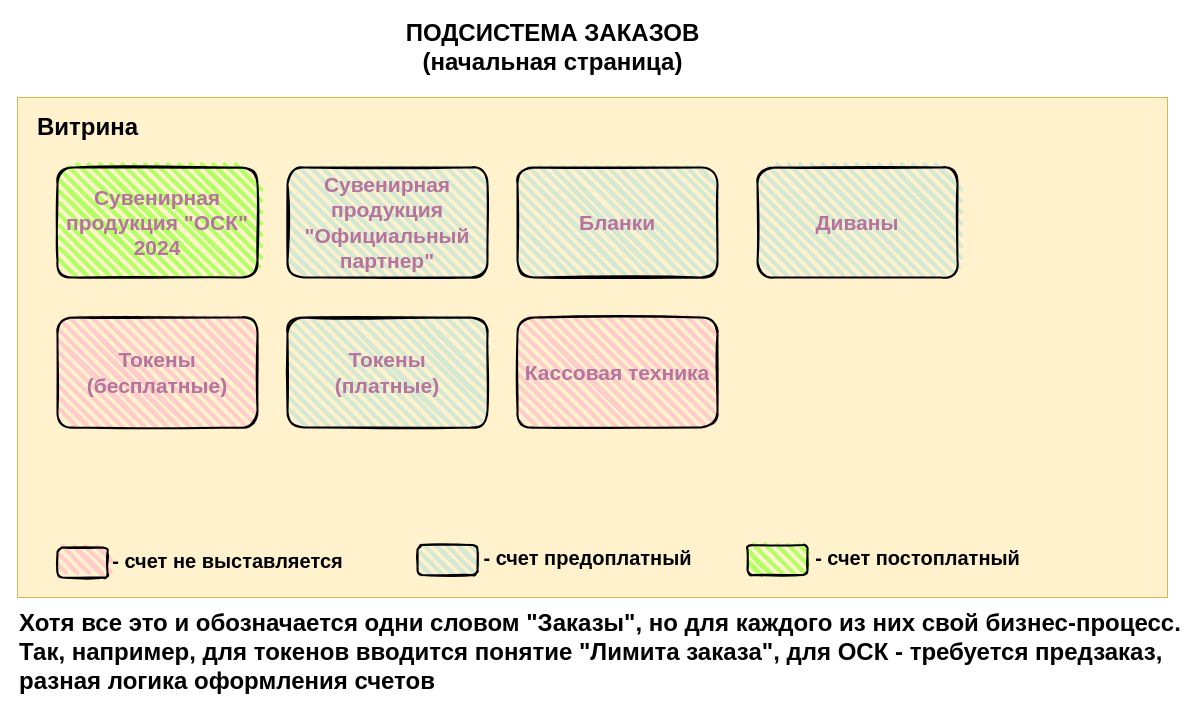
The draw.io diagram Диаграмма без названия.drawio in Kostey2204/GpsApp, before the edit. Source tidied: cells renumbered, new cells numbered last; positions are measured from the earlier drawing's top-left corner, leaving out a move shared by most shapes. Both pictures are drawn from the tidied source at 100%, with x=0, y=0 at pixel (17, 17).
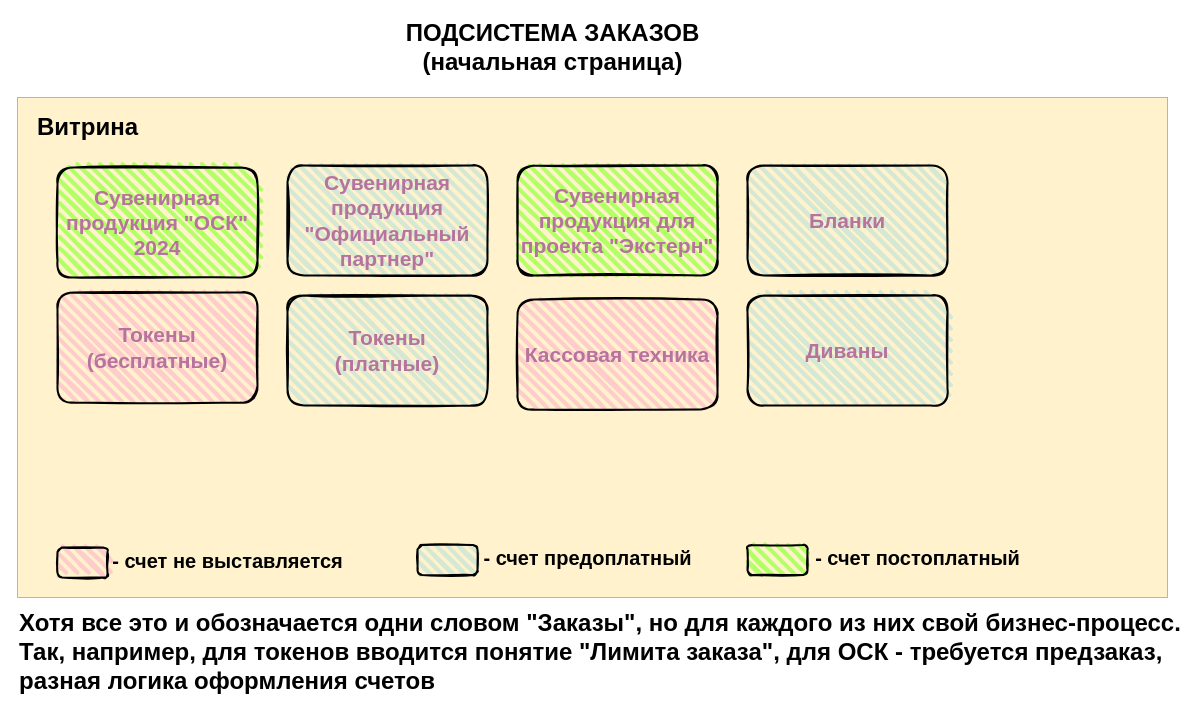
The same page after the edit.

Diff of the diagram source:
```diff
@@
 <mxGraphModel>
   <root>
     <mxCell id="0" />
     <mxCell id="1" parent="0" />
     <mxCell id="2" value="ПОДСИСТЕМА ЗАКАЗОВ&lt;br&gt;(начальная страница)&lt;div&gt;&lt;br&gt;&lt;/div&gt;" style="text;strokeColor=none;fillColor=none;html=1;fontSize=24;fontStyle=1;verticalAlign=middle;align=center;" parent="1" vertex="1">
       <mxGeometry x="360" width="350" height="90" as="geometry" />
     </mxCell>
     <mxCell id="3" style="rounded=0;whiteSpace=wrap;html=1;fillColor=#fff2cc;strokeColor=#d6b656;align=center;" parent="1" vertex="1">
       <mxGeometry y="80" width="1150" height="500" as="geometry" />
     </mxCell>
     <mxCell id="4" value="Витрина" style="text;strokeColor=none;fillColor=none;html=1;fontSize=24;fontStyle=1;verticalAlign=middle;align=center;" parent="1" vertex="1">
       <mxGeometry x="10" y="90" width="120" height="40" as="geometry" />
     </mxCell>
     <mxCell id="5" value="&lt;font color=&quot;#b5739d&quot; style=&quot;font-size: 21px;&quot;&gt;&lt;b&gt;Токены&lt;br&gt;(бесплатные)&lt;/b&gt;&lt;/font&gt;" style="rounded=1;whiteSpace=wrap;html=1;strokeWidth=2;fillWeight=4;hachureGap=8;hachureAngle=45;fillColor=#FFCCCC;sketch=1;" parent="1" vertex="1">
-      <mxGeometry x="40" y="300" width="200" height="110" as="geometry" />
+      <mxGeometry x="40" y="275" width="200" height="110" as="geometry" />
     </mxCell>
     <mxCell id="6" value="&lt;font color=&quot;#b5739d&quot; style=&quot;font-size: 21px;&quot;&gt;&lt;b&gt;Токены&lt;br&gt;(платные)&lt;/b&gt;&lt;/font&gt;" style="rounded=1;whiteSpace=wrap;html=1;strokeWidth=2;fillWeight=4;hachureGap=8;hachureAngle=45;fillColor=#D5E8D4;sketch=1;" parent="1" vertex="1">
-      <mxGeometry x="270" y="300" width="200" height="110" as="geometry" />
+      <mxGeometry x="270" y="278" width="200" height="110" as="geometry" />
     </mxCell>
     <mxCell id="7" value="&lt;font color=&quot;#b5739d&quot;&gt;&lt;span style=&quot;font-size: 21px;&quot;&gt;&lt;b&gt;Кассовая техника&lt;/b&gt;&lt;/span&gt;&lt;/font&gt;" style="rounded=1;whiteSpace=wrap;html=1;strokeWidth=2;fillWeight=4;hachureGap=8;hachureAngle=45;fillColor=#FFCCCC;sketch=1;" parent="1" vertex="1">
-      <mxGeometry x="500" y="300" width="200" height="110" as="geometry" />
+      <mxGeometry x="500" y="282" width="200" height="110" as="geometry" />
     </mxCell>
     <mxCell id="8" value="&lt;font color=&quot;#b5739d&quot;&gt;&lt;span style=&quot;font-size: 21px;&quot;&gt;&lt;b&gt;Сувенирная продукция &quot;Официальный партнер&quot;&lt;/b&gt;&lt;/span&gt;&lt;/font&gt;" style="rounded=1;whiteSpace=wrap;html=1;strokeWidth=2;fillWeight=4;hachureGap=8;hachureAngle=45;fillColor=#D5E8D4;sketch=1;" parent="1" vertex="1">
-      <mxGeometry x="270" y="150" width="200" height="110" as="geometry" />
+      <mxGeometry x="270" y="148" width="200" height="110" as="geometry" />
     </mxCell>
     <mxCell id="9" value="&lt;font color=&quot;#b5739d&quot;&gt;&lt;span style=&quot;font-size: 21px;&quot;&gt;&lt;b&gt;Сувенирная продукция &quot;ОСК&quot; 2024&lt;/b&gt;&lt;/span&gt;&lt;/font&gt;" style="rounded=1;whiteSpace=wrap;html=1;strokeWidth=2;fillWeight=4;hachureGap=8;hachureAngle=45;fillColor=#B3FF66;sketch=1;" parent="1" vertex="1">
       <mxGeometry x="40" y="150" width="200" height="110" as="geometry" />
     </mxCell>
     <mxCell id="10" value="&lt;font color=&quot;#b5739d&quot;&gt;&lt;span style=&quot;font-size: 21px;&quot;&gt;&lt;b&gt;Бланки&lt;/b&gt;&lt;/span&gt;&lt;/font&gt;" style="rounded=1;whiteSpace=wrap;html=1;strokeWidth=2;fillWeight=4;hachureGap=8;hachureAngle=45;fillColor=#D5E8D4;sketch=1;" parent="1" vertex="1">
-      <mxGeometry x="500" y="150" width="200" height="110" as="geometry" />
+      <mxGeometry x="730" y="148" width="200" height="110" as="geometry" />
     </mxCell>
     <mxCell id="11" value="&lt;font color=&quot;#b5739d&quot;&gt;&lt;span style=&quot;font-size: 21px;&quot;&gt;&lt;b&gt;Диваны&lt;/b&gt;&lt;/span&gt;&lt;/font&gt;" style="rounded=1;whiteSpace=wrap;html=1;strokeWidth=2;fillWeight=4;hachureGap=8;hachureAngle=45;fillColor=#D5E8D4;sketch=1;" parent="1" vertex="1">
-      <mxGeometry x="740" y="150" width="200" height="110" as="geometry" />
+      <mxGeometry x="730" y="278" width="200" height="110" as="geometry" />
     </mxCell>
     <mxCell id="12" style="rounded=1;whiteSpace=wrap;html=1;strokeWidth=2;fillWeight=4;hachureGap=8;hachureAngle=45;fillColor=#FFCCCC;sketch=1;" parent="1" vertex="1">
       <mxGeometry x="40" y="530" width="50" height="30" as="geometry" />
     </mxCell>
     <mxCell id="13" value="&lt;font style=&quot;font-size: 20px;&quot;&gt;- счет не выставляется&lt;/font&gt;" style="text;strokeColor=none;fillColor=none;html=1;fontSize=24;fontStyle=1;verticalAlign=middle;align=center;" parent="1" vertex="1">
       <mxGeometry x="90" y="520" width="240" height="45" as="geometry" />
     </mxCell>
     <mxCell id="14" style="rounded=1;whiteSpace=wrap;html=1;strokeWidth=2;fillWeight=4;hachureGap=8;hachureAngle=45;fillColor=#D5E8D4;sketch=1;" parent="1" vertex="1">
       <mxGeometry x="400" y="527.5" width="60" height="30" as="geometry" />
     </mxCell>
     <mxCell id="15" value="&lt;font style=&quot;font-size: 20px;&quot;&gt;- счет предоплатный&lt;/font&gt;" style="text;strokeColor=none;fillColor=none;html=1;fontSize=24;fontStyle=1;verticalAlign=middle;align=center;" parent="1" vertex="1">
       <mxGeometry x="450" y="517" width="240" height="45" as="geometry" />
     </mxCell>
     <mxCell id="16" style="rounded=1;whiteSpace=wrap;html=1;strokeWidth=2;fillWeight=4;hachureGap=8;hachureAngle=45;fillColor=#B3FF66;sketch=1;" parent="1" vertex="1">
       <mxGeometry x="730" y="527.5" width="60" height="30" as="geometry" />
     </mxCell>
     <mxCell id="17" value="&lt;font style=&quot;font-size: 20px;&quot;&gt;- счет постоплатный&lt;/font&gt;" style="text;strokeColor=none;fillColor=none;html=1;fontSize=24;fontStyle=1;verticalAlign=middle;align=center;" parent="1" vertex="1">
       <mxGeometry x="780" y="517" width="240" height="45" as="geometry" />
     </mxCell>
     <mxCell id="18" value="Хотя все это и обозначается одни словом &quot;Заказы&quot;, но для каждого из них свой бизнес-процесс.&lt;br&gt;Так, например, для токенов вводится понятие &quot;Лимита заказа&quot;, для ОСК - требуется предзаказ, &lt;br&gt;разная логика оформления счетов" style="text;strokeColor=none;fillColor=none;html=1;fontSize=24;fontStyle=1;verticalAlign=middle;align=left;" parent="1" vertex="1">
       <mxGeometry y="590" width="1150" height="90" as="geometry" />
     </mxCell>
+    <mxCell id="19" value="&lt;font color=&quot;#b5739d&quot;&gt;&lt;span style=&quot;font-size: 21px;&quot;&gt;&lt;b&gt;Сувенирная продукция для проекта &quot;Экстерн&quot;&lt;/b&gt;&lt;/span&gt;&lt;/font&gt;" style="rounded=1;whiteSpace=wrap;html=1;strokeWidth=2;fillWeight=4;hachureGap=8;hachureAngle=45;fillColor=#B3FF66;sketch=1;" parent="1" vertex="1">
+      <mxGeometry x="500" y="148" width="200" height="110" as="geometry" />
+    </mxCell>
   </root>
 </mxGraphModel>
```
